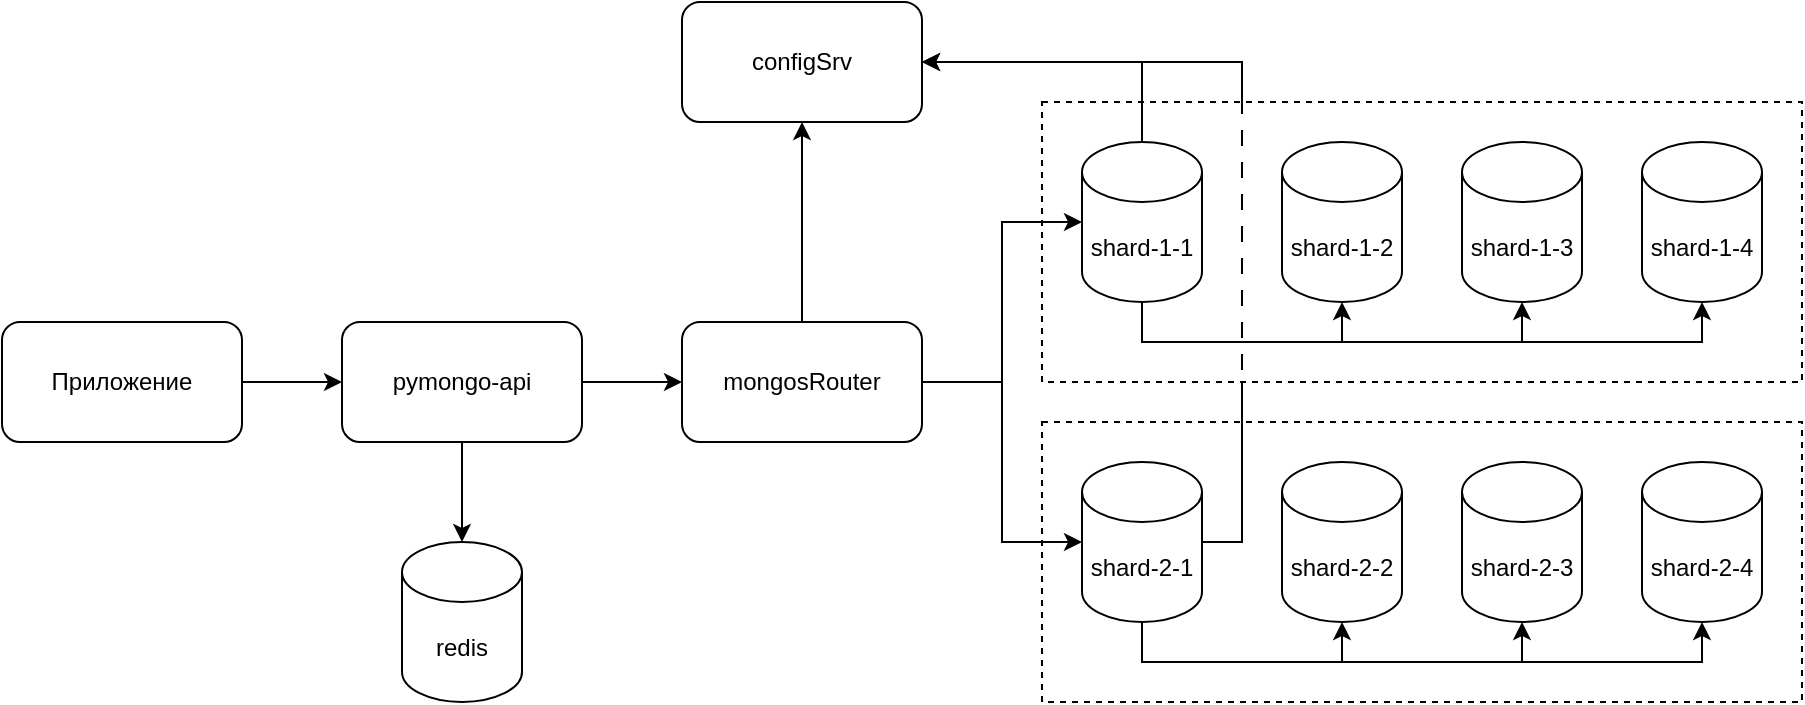
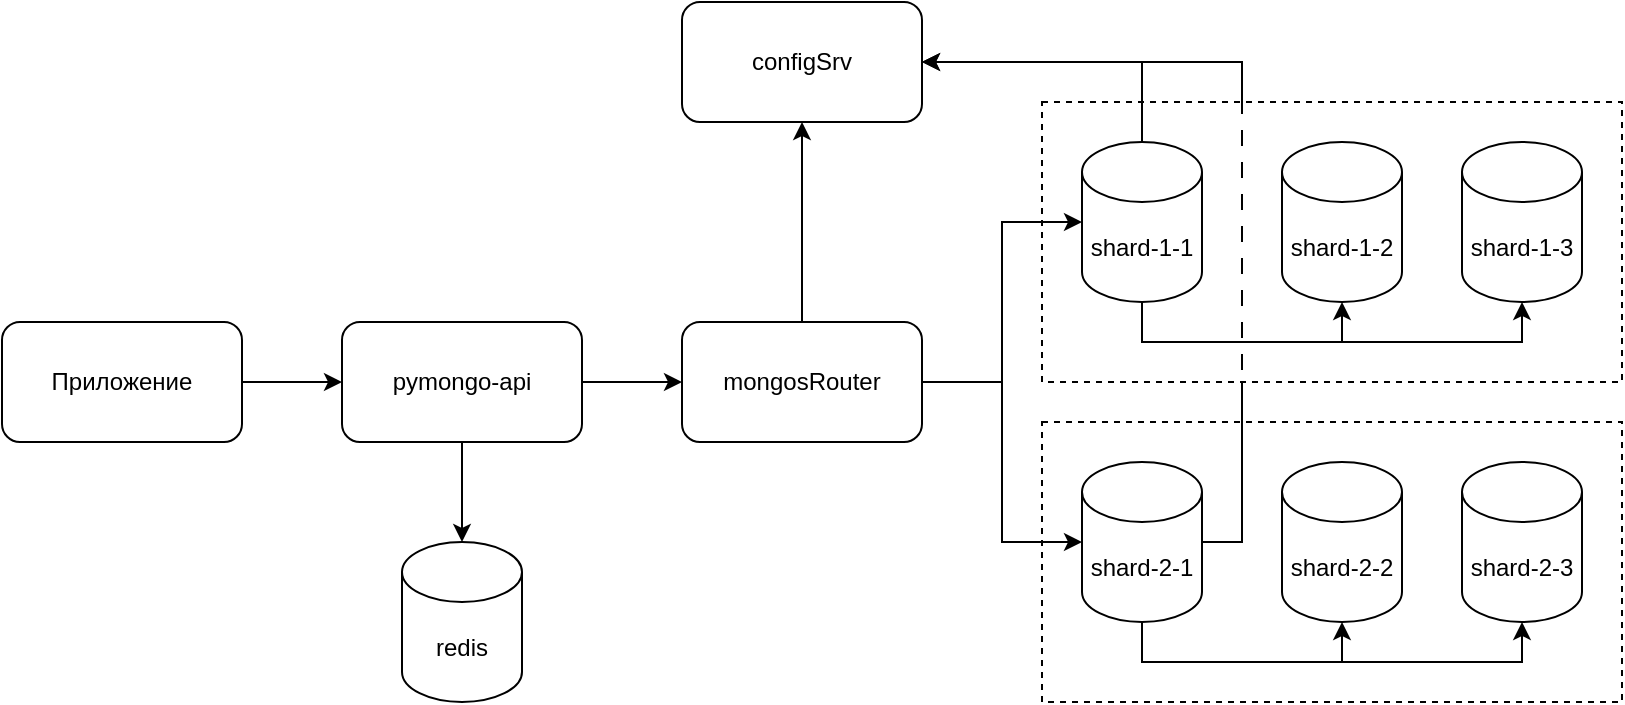
<mxfile host="Electron" agent="Mozilla/5.0 (Macintosh; Intel Mac OS X 10_15_7) AppleWebKit/537.36 (KHTML, like Gecko) draw.io/24.6.4 Chrome/124.0.6367.207 Electron/30.0.6 Safari/537.36">
  <diagram name="Page-1" id="-H_mtQnk-PTXWXPvYvuk">
    <mxGraphModel dx="1414" dy="841" grid="1" gridSize="10" guides="1" tooltips="1" connect="1" arrows="1" fold="1" page="1" pageScale="1" pageWidth="1169" pageHeight="827" math="0" shadow="0">
      <root>
        <mxCell id="0" />
        <mxCell id="1" parent="0" />
        <mxCell id="0dIL38MaGTlpYln_JYA_-15" parent="1" style="rounded=0;whiteSpace=wrap;html=1;dashed=1;" value="" vertex="1">
-           <mxGeometry height="140" width="380" x="680" y="260" as="geometry" />
+           <mxGeometry height="140" width="290" x="680" y="260" as="geometry" />
        </mxCell>
        <mxCell id="0dIL38MaGTlpYln_JYA_-12" edge="1" parent="1" source="0dIL38MaGTlpYln_JYA_-3" style="edgeStyle=orthogonalEdgeStyle;rounded=0;orthogonalLoop=1;jettySize=auto;html=1;exitX=1;exitY=0.5;exitDx=0;exitDy=0;exitPerimeter=0;entryX=1;entryY=0.5;entryDx=0;entryDy=0;" target="0dIL38MaGTlpYln_JYA_-2">
          <mxGeometry relative="1" as="geometry" />
        </mxCell>
        <mxCell id="0dIL38MaGTlpYln_JYA_-14" parent="1" style="rounded=0;whiteSpace=wrap;html=1;dashed=1;" value="" vertex="1">
-           <mxGeometry height="140" width="380" x="680" y="100" as="geometry" />
+           <mxGeometry height="140" width="290" x="680" y="100" as="geometry" />
        </mxCell>
        <mxCell id="0dIL38MaGTlpYln_JYA_-11" edge="1" parent="1" source="zA23MoTUsTF4_91t8viU-2" style="edgeStyle=orthogonalEdgeStyle;rounded=0;orthogonalLoop=1;jettySize=auto;html=1;exitX=0.5;exitY=0;exitDx=0;exitDy=0;exitPerimeter=0;entryX=1;entryY=0.5;entryDx=0;entryDy=0;" target="0dIL38MaGTlpYln_JYA_-2">
          <mxGeometry relative="1" as="geometry" />
        </mxCell>
        <mxCell id="zA23MoTUsTF4_91t8viU-2" parent="1" style="shape=cylinder3;whiteSpace=wrap;html=1;boundedLbl=1;backgroundOutline=1;size=15;" value="shard-1-1" vertex="1">
          <mxGeometry height="80" width="60" x="700" y="120" as="geometry" />
        </mxCell>
        <mxCell id="0dIL38MaGTlpYln_JYA_-5" edge="1" parent="1" source="zA23MoTUsTF4_91t8viU-3" style="edgeStyle=orthogonalEdgeStyle;rounded=0;orthogonalLoop=1;jettySize=auto;html=1;exitX=1;exitY=0.5;exitDx=0;exitDy=0;entryX=0;entryY=0.5;entryDx=0;entryDy=0;" target="0dIL38MaGTlpYln_JYA_-1">
          <mxGeometry relative="1" as="geometry" />
        </mxCell>
        <mxCell id="zA23MoTUsTF4_91t8viU-3" parent="1" style="rounded=1;whiteSpace=wrap;html=1;" value="pymongo-api" vertex="1">
          <mxGeometry height="60" width="120" x="330" y="210" as="geometry" />
        </mxCell>
        <mxCell id="0dIL38MaGTlpYln_JYA_-6" edge="1" parent="1" source="0dIL38MaGTlpYln_JYA_-1" style="edgeStyle=orthogonalEdgeStyle;rounded=0;orthogonalLoop=1;jettySize=auto;html=1;exitX=0.5;exitY=0;exitDx=0;exitDy=0;entryX=0.5;entryY=1;entryDx=0;entryDy=0;" target="0dIL38MaGTlpYln_JYA_-2">
          <mxGeometry relative="1" as="geometry" />
        </mxCell>
        <mxCell id="0dIL38MaGTlpYln_JYA_-1" parent="1" style="rounded=1;whiteSpace=wrap;html=1;" value="mongosRouter" vertex="1">
          <mxGeometry height="60" width="120" x="500" y="210" as="geometry" />
        </mxCell>
        <mxCell id="0dIL38MaGTlpYln_JYA_-2" parent="1" style="rounded=1;whiteSpace=wrap;html=1;" value="configSrv" vertex="1">
          <mxGeometry height="60" width="120" x="500" y="50" as="geometry" />
        </mxCell>
        <mxCell id="0dIL38MaGTlpYln_JYA_-3" parent="1" style="shape=cylinder3;whiteSpace=wrap;html=1;boundedLbl=1;backgroundOutline=1;size=15;" value="shard-2-1" vertex="1">
          <mxGeometry height="80" width="60" x="700" y="280" as="geometry" />
        </mxCell>
        <mxCell id="0dIL38MaGTlpYln_JYA_-8" edge="1" parent="1" source="0dIL38MaGTlpYln_JYA_-1" style="edgeStyle=orthogonalEdgeStyle;rounded=0;orthogonalLoop=1;jettySize=auto;html=1;exitX=1;exitY=0.5;exitDx=0;exitDy=0;entryX=0;entryY=0.5;entryDx=0;entryDy=0;entryPerimeter=0;" target="zA23MoTUsTF4_91t8viU-2">
          <mxGeometry relative="1" as="geometry" />
        </mxCell>
        <mxCell id="0dIL38MaGTlpYln_JYA_-9" edge="1" parent="1" source="0dIL38MaGTlpYln_JYA_-1" style="edgeStyle=orthogonalEdgeStyle;rounded=0;orthogonalLoop=1;jettySize=auto;html=1;exitX=1;exitY=0.5;exitDx=0;exitDy=0;entryX=0;entryY=0.5;entryDx=0;entryDy=0;entryPerimeter=0;" target="0dIL38MaGTlpYln_JYA_-3">
          <mxGeometry relative="1" as="geometry" />
        </mxCell>
        <mxCell id="0dIL38MaGTlpYln_JYA_-16" parent="1" style="shape=cylinder3;whiteSpace=wrap;html=1;boundedLbl=1;backgroundOutline=1;size=15;" value="shard-1-2" vertex="1">
          <mxGeometry height="80" width="60" x="800" y="120" as="geometry" />
        </mxCell>
        <mxCell id="0dIL38MaGTlpYln_JYA_-17" parent="1" style="shape=cylinder3;whiteSpace=wrap;html=1;boundedLbl=1;backgroundOutline=1;size=15;" value="shard-1-3" vertex="1">
          <mxGeometry height="80" width="60" x="890" y="120" as="geometry" />
        </mxCell>
-         <mxCell id="0dIL38MaGTlpYln_JYA_-18" parent="1" style="shape=cylinder3;whiteSpace=wrap;html=1;boundedLbl=1;backgroundOutline=1;size=15;" value="shard-1-4" vertex="1">
-           <mxGeometry height="80" width="60" x="980" y="120" as="geometry" />
-         </mxCell>
        <mxCell id="0dIL38MaGTlpYln_JYA_-19" parent="1" style="shape=cylinder3;whiteSpace=wrap;html=1;boundedLbl=1;backgroundOutline=1;size=15;" value="shard-2-2" vertex="1">
          <mxGeometry height="80" width="60" x="800" y="280" as="geometry" />
        </mxCell>
        <mxCell id="0dIL38MaGTlpYln_JYA_-20" parent="1" style="shape=cylinder3;whiteSpace=wrap;html=1;boundedLbl=1;backgroundOutline=1;size=15;" value="shard-2-3" vertex="1">
          <mxGeometry height="80" width="60" x="890" y="280" as="geometry" />
-         </mxCell>
-         <mxCell id="0dIL38MaGTlpYln_JYA_-21" parent="1" style="shape=cylinder3;whiteSpace=wrap;html=1;boundedLbl=1;backgroundOutline=1;size=15;" value="shard-2-4" vertex="1">
-           <mxGeometry height="80" width="60" x="980" y="280" as="geometry" />
        </mxCell>
        <mxCell id="0dIL38MaGTlpYln_JYA_-22" edge="1" parent="1" source="zA23MoTUsTF4_91t8viU-2" style="edgeStyle=orthogonalEdgeStyle;rounded=0;orthogonalLoop=1;jettySize=auto;html=1;exitX=0.5;exitY=1;exitDx=0;exitDy=0;exitPerimeter=0;entryX=0.5;entryY=1;entryDx=0;entryDy=0;entryPerimeter=0;" target="0dIL38MaGTlpYln_JYA_-16">
          <mxGeometry relative="1" as="geometry" />
        </mxCell>
        <mxCell id="0dIL38MaGTlpYln_JYA_-23" edge="1" parent="1" source="zA23MoTUsTF4_91t8viU-2" style="edgeStyle=orthogonalEdgeStyle;rounded=0;orthogonalLoop=1;jettySize=auto;html=1;exitX=0.5;exitY=1;exitDx=0;exitDy=0;exitPerimeter=0;entryX=0.5;entryY=1;entryDx=0;entryDy=0;entryPerimeter=0;" target="0dIL38MaGTlpYln_JYA_-17">
          <mxGeometry relative="1" as="geometry" />
        </mxCell>
-         <mxCell id="0dIL38MaGTlpYln_JYA_-24" edge="1" parent="1" source="zA23MoTUsTF4_91t8viU-2" style="edgeStyle=orthogonalEdgeStyle;rounded=0;orthogonalLoop=1;jettySize=auto;html=1;exitX=0.5;exitY=1;exitDx=0;exitDy=0;exitPerimeter=0;entryX=0.5;entryY=1;entryDx=0;entryDy=0;entryPerimeter=0;" target="0dIL38MaGTlpYln_JYA_-18">
-           <mxGeometry relative="1" as="geometry" />
-         </mxCell>
        <mxCell id="0dIL38MaGTlpYln_JYA_-25" edge="1" parent="1" source="0dIL38MaGTlpYln_JYA_-3" style="edgeStyle=orthogonalEdgeStyle;rounded=0;orthogonalLoop=1;jettySize=auto;html=1;exitX=0.5;exitY=1;exitDx=0;exitDy=0;exitPerimeter=0;entryX=0.5;entryY=1;entryDx=0;entryDy=0;entryPerimeter=0;" target="0dIL38MaGTlpYln_JYA_-19">
          <mxGeometry relative="1" as="geometry" />
        </mxCell>
        <mxCell id="0dIL38MaGTlpYln_JYA_-26" edge="1" parent="1" source="0dIL38MaGTlpYln_JYA_-3" style="edgeStyle=orthogonalEdgeStyle;rounded=0;orthogonalLoop=1;jettySize=auto;html=1;exitX=0.5;exitY=1;exitDx=0;exitDy=0;exitPerimeter=0;entryX=0.5;entryY=1;entryDx=0;entryDy=0;entryPerimeter=0;" target="0dIL38MaGTlpYln_JYA_-20">
-           <mxGeometry relative="1" as="geometry" />
-         </mxCell>
-         <mxCell id="0dIL38MaGTlpYln_JYA_-27" edge="1" parent="1" source="0dIL38MaGTlpYln_JYA_-3" style="edgeStyle=orthogonalEdgeStyle;rounded=0;orthogonalLoop=1;jettySize=auto;html=1;exitX=0.5;exitY=1;exitDx=0;exitDy=0;exitPerimeter=0;entryX=0.5;entryY=1;entryDx=0;entryDy=0;entryPerimeter=0;" target="0dIL38MaGTlpYln_JYA_-21">
          <mxGeometry relative="1" as="geometry" />
        </mxCell>
        <mxCell id="0dIL38MaGTlpYln_JYA_-28" edge="1" parent="1" style="endArrow=none;dashed=1;html=1;rounded=0;dashPattern=8 8;" value="">
          <mxGeometry height="50" relative="1" width="50" as="geometry">
            <mxPoint x="780" y="250" as="sourcePoint" />
            <mxPoint x="780" y="80" as="targetPoint" />
          </mxGeometry>
        </mxCell>
        <mxCell id="0dIL38MaGTlpYln_JYA_-29" parent="1" style="shape=cylinder3;whiteSpace=wrap;html=1;boundedLbl=1;backgroundOutline=1;size=15;" value="redis" vertex="1">
          <mxGeometry height="80" width="60" x="360" y="320" as="geometry" />
        </mxCell>
        <mxCell id="0dIL38MaGTlpYln_JYA_-30" edge="1" parent="1" source="zA23MoTUsTF4_91t8viU-3" style="edgeStyle=orthogonalEdgeStyle;rounded=0;orthogonalLoop=1;jettySize=auto;html=1;exitX=0.5;exitY=1;exitDx=0;exitDy=0;entryX=0.5;entryY=0;entryDx=0;entryDy=0;entryPerimeter=0;" target="0dIL38MaGTlpYln_JYA_-29">
          <mxGeometry relative="1" as="geometry" />
        </mxCell>
        <mxCell id="xIgZ5C2oKG2-IZNzBB8l-2" edge="1" parent="1" source="xIgZ5C2oKG2-IZNzBB8l-1" style="edgeStyle=orthogonalEdgeStyle;rounded=0;orthogonalLoop=1;jettySize=auto;html=1;exitX=1;exitY=0.5;exitDx=0;exitDy=0;entryX=0;entryY=0.5;entryDx=0;entryDy=0;" target="zA23MoTUsTF4_91t8viU-3">
          <mxGeometry relative="1" as="geometry" />
        </mxCell>
        <mxCell id="xIgZ5C2oKG2-IZNzBB8l-1" parent="1" style="rounded=1;whiteSpace=wrap;html=1;" value="Приложение" vertex="1">
          <mxGeometry height="60" width="120" x="160" y="210" as="geometry" />
        </mxCell>
      </root>
    </mxGraphModel>
  </diagram>
</mxfile>
